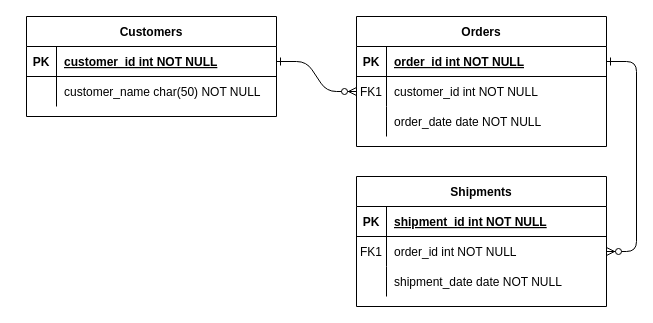
Above: Untitled Diagram.drawio in LeoHolmes416/Code-Symphony (draw.io), before the change. Source tidied: cells renumbered, new cells numbered last; positions are measured from the earlier drawing's top-left corner, leaving out a move shared by most shapes. Both pictures are drawn from the tidied source at 100%, with x=0, y=0 at pixel (26, 16).
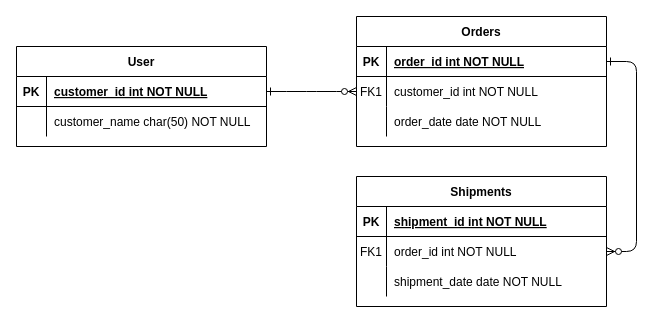
After the change.

The edit, as a diff of the source:
```diff
@@
-    <mxCell id="24" value="Customers" style="shape=table;startSize=30;childLayout=tableLayout;rowLines=0;fontStyle=1;align=center;" parent="1" vertex="1">
-      <mxGeometry width="250" height="100" as="geometry" />
+    <mxCell id="24" value="User" style="shape=table;startSize=30;childLayout=tableLayout;rowLines=0;fontStyle=1;align=center;" parent="1" vertex="1">
+      <mxGeometry x="-10" y="30" width="250" height="100" as="geometry" />
     </mxCell>
```
